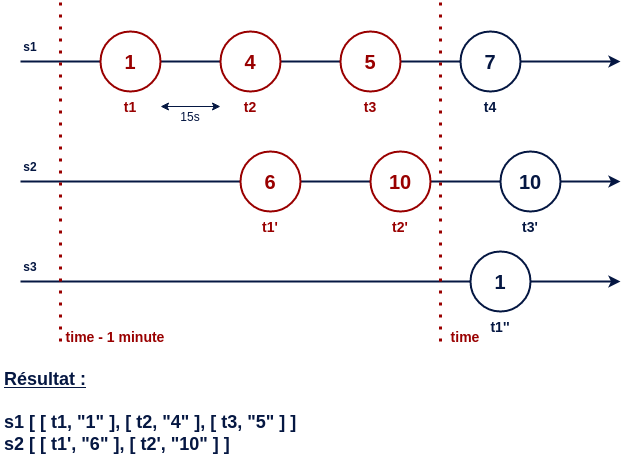
Earlier version of the draw.io export img/range_query.png (oliv37/prometheus-article). Source tidied: cells renumbered, new cells last; positions are measured from the earlier drawing's top-left corner, leaving out a move shared by most shapes. Its diagram source:
```xml
<mxGraphModel>
  <root>
    <mxCell id="0" />
    <mxCell id="1" parent="0" />
    <mxCell id="2" style="endArrow=classic;html=1;rounded=0;strokeColor=#051742;strokeWidth=2;" parent="1" edge="1">
      <mxGeometry relative="1" as="geometry">
        <mxPoint x="20" y="180" as="sourcePoint" />
        <mxPoint x="620" y="180" as="targetPoint" />
      </mxGeometry>
    </mxCell>
    <mxCell id="3" style="endArrow=classic;html=1;rounded=0;strokeColor=#051742;strokeWidth=2;" parent="1" edge="1">
      <mxGeometry relative="1" as="geometry">
        <mxPoint x="20" y="280" as="sourcePoint" />
        <mxPoint x="620" y="280" as="targetPoint" />
      </mxGeometry>
    </mxCell>
    <mxCell id="4" style="endArrow=classic;html=1;rounded=0;strokeColor=#051742;strokeWidth=2;" parent="1" edge="1">
      <mxGeometry relative="1" as="geometry">
        <mxPoint x="20" y="60" as="sourcePoint" />
        <mxPoint x="620" y="60" as="targetPoint" />
      </mxGeometry>
    </mxCell>
    <mxCell id="5" value="&lt;font style=&quot;font-size: 20px;&quot;&gt;&lt;b&gt;1&lt;/b&gt;&lt;/font&gt;" style="ellipse;whiteSpace=wrap;html=1;strokeColor=#990000;fillColor=#FFFFFF;fontColor=#990000;strokeWidth=2;" parent="1" vertex="1">
      <mxGeometry x="100" y="30" width="60" height="60" as="geometry" />
    </mxCell>
    <mxCell id="6" value="&lt;font style=&quot;font-size: 20px;&quot;&gt;&lt;b&gt;4&lt;/b&gt;&lt;/font&gt;" style="ellipse;whiteSpace=wrap;html=1;strokeColor=#990000;fillColor=#FFFFFF;fontColor=#990000;strokeWidth=2;" parent="1" vertex="1">
      <mxGeometry x="220" y="30" width="60" height="60" as="geometry" />
    </mxCell>
    <mxCell id="7" value="&lt;font style=&quot;font-size: 20px;&quot;&gt;&lt;span&gt;5&lt;/span&gt;&lt;/font&gt;" style="ellipse;whiteSpace=wrap;html=1;strokeColor=#990000;fillColor=#FFFFFF;fontColor=#990000;strokeWidth=2;fontStyle=1;" parent="1" vertex="1">
      <mxGeometry x="340" y="30" width="60" height="60" as="geometry" />
    </mxCell>
    <mxCell id="8" value="&lt;font style=&quot;font-size: 20px;&quot;&gt;7&lt;/font&gt;" style="ellipse;whiteSpace=wrap;html=1;strokeColor=#051742;fillColor=#FFFFFF;fontColor=#051742;strokeWidth=2;fontStyle=1;fontSize=14;" parent="1" vertex="1">
      <mxGeometry x="460" y="30" width="60" height="60" as="geometry" />
    </mxCell>
    <mxCell id="9" style="endArrow=none;dashed=1;html=1;dashPattern=1 3;strokeWidth=3;rounded=0;fontColor=#990000;strokeColor=#990000;" parent="1" edge="1">
      <mxGeometry relative="1" as="geometry">
        <mxPoint x="440" y="340" as="sourcePoint" />
        <mxPoint x="440" as="targetPoint" />
      </mxGeometry>
    </mxCell>
    <mxCell id="10" value="s1" style="text;strokeColor=none;align=center;fillColor=none;html=1;verticalAlign=middle;whiteSpace=wrap;rounded=0;fontColor=#051742;fontStyle=1;" parent="1" vertex="1">
      <mxGeometry y="30" width="60" height="30" as="geometry" />
    </mxCell>
    <mxCell id="11" value="time" style="text;strokeColor=none;align=center;fillColor=none;html=1;verticalAlign=middle;whiteSpace=wrap;rounded=0;fontStyle=1;fontColor=#990000;fontSize=14;" parent="1" vertex="1">
      <mxGeometry x="440" y="320" width="50" height="30" as="geometry" />
    </mxCell>
    <mxCell id="12" value="t1" style="text;strokeColor=none;align=center;fillColor=none;html=1;verticalAlign=middle;whiteSpace=wrap;rounded=0;fontColor=#990000;fontStyle=1;fontSize=14;" parent="1" vertex="1">
      <mxGeometry x="100" y="90" width="60" height="30" as="geometry" />
    </mxCell>
    <mxCell id="13" value="t2" style="text;strokeColor=none;align=center;fillColor=none;html=1;verticalAlign=middle;whiteSpace=wrap;rounded=0;fontColor=#990000;fontStyle=1;fontSize=14;" parent="1" vertex="1">
      <mxGeometry x="220" y="90" width="60" height="30" as="geometry" />
    </mxCell>
    <mxCell id="14" value="t4" style="text;strokeColor=none;align=center;fillColor=none;html=1;verticalAlign=middle;whiteSpace=wrap;rounded=0;fontColor=#051742;fontStyle=1;fontSize=14;" parent="1" vertex="1">
      <mxGeometry x="460" y="90" width="60" height="30" as="geometry" />
    </mxCell>
    <mxCell id="15" value="&lt;div&gt;t3&lt;/div&gt;" style="text;strokeColor=none;align=center;fillColor=none;html=1;verticalAlign=middle;whiteSpace=wrap;rounded=0;fontColor=#990000;fontStyle=1;fontSize=14;" parent="1" vertex="1">
      <mxGeometry x="340" y="90" width="60" height="30" as="geometry" />
    </mxCell>
    <mxCell id="16" value="s2" style="text;strokeColor=none;align=center;fillColor=none;html=1;verticalAlign=middle;whiteSpace=wrap;rounded=0;fontColor=#051742;fontStyle=1;" parent="1" vertex="1">
      <mxGeometry y="150" width="60" height="30" as="geometry" />
    </mxCell>
    <mxCell id="17" value="6" style="ellipse;whiteSpace=wrap;html=1;strokeColor=#990000;fillColor=#FFFFFF;fontColor=#990000;strokeWidth=2;fontSize=20;fontStyle=1;" parent="1" vertex="1">
      <mxGeometry x="240" y="150" width="60" height="60" as="geometry" />
    </mxCell>
    <mxCell id="18" value="10" style="ellipse;whiteSpace=wrap;html=1;strokeColor=#990000;fillColor=#FFFFFF;fontColor=#990000;strokeWidth=2;fontSize=20;fontStyle=1;" parent="1" vertex="1">
      <mxGeometry x="370" y="150" width="60" height="60" as="geometry" />
    </mxCell>
    <mxCell id="19" value="10" style="ellipse;whiteSpace=wrap;html=1;strokeColor=#051742;fillColor=#FFFFFF;fontColor=#051742;strokeWidth=2;fontSize=20;fontStyle=1;" parent="1" vertex="1">
      <mxGeometry x="500" y="150" width="60" height="60" as="geometry" />
    </mxCell>
    <mxCell id="20" value="1" style="ellipse;whiteSpace=wrap;html=1;strokeColor=#051742;fillColor=#FFFFFF;fontColor=#051742;strokeWidth=2;fontSize=20;fontStyle=1;" parent="1" vertex="1">
      <mxGeometry x="470" y="250" width="60" height="60" as="geometry" />
    </mxCell>
    <mxCell id="21" value="s3" style="text;strokeColor=none;align=center;fillColor=none;html=1;verticalAlign=middle;whiteSpace=wrap;rounded=0;fontColor=#051742;fontStyle=1;" parent="1" vertex="1">
      <mxGeometry y="250" width="60" height="30" as="geometry" />
    </mxCell>
    <mxCell id="22" value="t1'" style="text;strokeColor=none;align=center;fillColor=none;html=1;verticalAlign=middle;whiteSpace=wrap;rounded=0;fontColor=#990000;fontStyle=1;fontSize=14;" parent="1" vertex="1">
      <mxGeometry x="240" y="210" width="60" height="30" as="geometry" />
    </mxCell>
    <mxCell id="23" value="t1''" style="text;strokeColor=none;align=center;fillColor=none;html=1;verticalAlign=middle;whiteSpace=wrap;rounded=0;fontColor=#051742;fontStyle=1;fontSize=14;" parent="1" vertex="1">
      <mxGeometry x="470" y="310" width="60" height="30" as="geometry" />
    </mxCell>
    <mxCell id="24" value="t3'" style="text;strokeColor=none;align=center;fillColor=none;html=1;verticalAlign=middle;whiteSpace=wrap;rounded=0;fontColor=#051742;fontStyle=1;fontSize=14;" parent="1" vertex="1">
      <mxGeometry x="500" y="210" width="60" height="30" as="geometry" />
    </mxCell>
    <mxCell id="25" value="&lt;div&gt;t2'&lt;/div&gt;" style="text;strokeColor=none;align=center;fillColor=none;html=1;verticalAlign=middle;whiteSpace=wrap;rounded=0;fontColor=#990000;fontStyle=1;fontSize=14;" parent="1" vertex="1">
      <mxGeometry x="370" y="210" width="60" height="30" as="geometry" />
    </mxCell>
    <mxCell id="26" value="&lt;div style=&quot;font-size: 18px;&quot;&gt;&lt;b style=&quot;font-size: 18px;&quot;&gt;&lt;u style=&quot;font-size: 18px;&quot;&gt;Résultat :&lt;/u&gt;&lt;/b&gt;&lt;/div&gt;&lt;div style=&quot;font-size: 18px;&quot;&gt;&lt;b style=&quot;font-size: 18px;&quot;&gt;&lt;br style=&quot;font-size: 18px;&quot;&gt;&lt;/b&gt;&lt;/div&gt;&lt;div style=&quot;font-size: 18px;&quot;&gt;&lt;b style=&quot;font-size: 18px;&quot;&gt;s1 [ [ t1, &quot;1&quot; ], [&lt;/b&gt;&lt;b style=&quot;font-size: 18px;&quot;&gt;&lt;b style=&quot;font-size: 18px;&quot;&gt; t2, &quot;4&quot; &lt;/b&gt;], [ &lt;/b&gt;&lt;b style=&quot;font-size: 18px;&quot;&gt;&lt;b style=&quot;font-size: 18px;&quot;&gt;t3, &quot;5&quot;&lt;/b&gt; ] ]&lt;/b&gt;&lt;/div&gt;&lt;div style=&quot;font-size: 18px;&quot;&gt;&lt;b style=&quot;font-size: 18px;&quot;&gt;s2 [ [ t1', &quot;6&quot; ], [ &lt;/b&gt;&lt;b style=&quot;font-size: 18px;&quot;&gt;&lt;b style=&quot;font-size: 18px;&quot;&gt;t2', &quot;10&quot; &lt;/b&gt;] ]&lt;br style=&quot;font-size: 18px;&quot;&gt;&lt;/b&gt;&lt;/div&gt;" style="text;strokeColor=none;align=left;fillColor=none;html=1;verticalAlign=middle;whiteSpace=wrap;rounded=0;fontColor=#051742;fontSize=18;spacingTop=2;spacingLeft=2;spacingBottom=2;spacingRight=2;" parent="1" vertex="1">
      <mxGeometry y="370" width="330" height="80" as="geometry" />
    </mxCell>
    <mxCell id="27" style="endArrow=classic;startArrow=classic;html=1;rounded=0;strokeColor=#051742;" parent="1" edge="1" source="12" target="13">
      <mxGeometry relative="1" as="geometry" />
    </mxCell>
    <mxCell id="28" value="15s" style="text;strokeColor=none;align=center;fillColor=none;html=1;verticalAlign=middle;whiteSpace=wrap;rounded=0;fontColor=#051742;" parent="1" vertex="1">
      <mxGeometry x="160" y="100" width="60" height="30" as="geometry" />
    </mxCell>
    <mxCell id="29" style="endArrow=none;dashed=1;html=1;dashPattern=1 3;strokeWidth=3;rounded=0;fontColor=#990000;strokeColor=#990000;" parent="1" edge="1">
      <mxGeometry relative="1" as="geometry">
        <mxPoint x="60" y="340" as="sourcePoint" />
        <mxPoint x="60" as="targetPoint" />
      </mxGeometry>
    </mxCell>
    <mxCell id="30" value="time - 1 minute " style="text;strokeColor=none;align=center;fillColor=none;html=1;verticalAlign=middle;whiteSpace=wrap;rounded=0;fontStyle=1;fontColor=#990000;fontSize=14;" parent="1" vertex="1">
      <mxGeometry x="60" y="320" width="110" height="30" as="geometry" />
    </mxCell>
  </root>
</mxGraphModel>
```
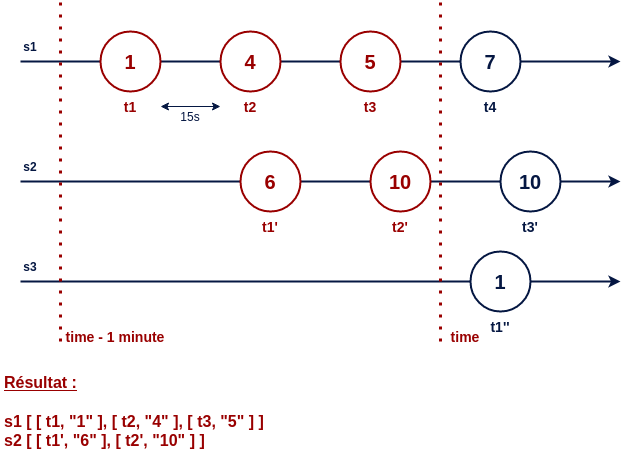
Later version of the same file.

What changed in the source:
```diff
@@ -86,7 +86,7 @@
     <mxCell id="25" value="&lt;div&gt;t2'&lt;/div&gt;" style="text;strokeColor=none;align=center;fillColor=none;html=1;verticalAlign=middle;whiteSpace=wrap;rounded=0;fontColor=#990000;fontStyle=1;fontSize=14;" parent="1" vertex="1">
       <mxGeometry x="370" y="210" width="60" height="30" as="geometry" />
     </mxCell>
-    <mxCell id="26" value="&lt;div style=&quot;font-size: 18px;&quot;&gt;&lt;b style=&quot;font-size: 18px;&quot;&gt;&lt;u style=&quot;font-size: 18px;&quot;&gt;Résultat :&lt;/u&gt;&lt;/b&gt;&lt;/div&gt;&lt;div style=&quot;font-size: 18px;&quot;&gt;&lt;b style=&quot;font-size: 18px;&quot;&gt;&lt;br style=&quot;font-size: 18px;&quot;&gt;&lt;/b&gt;&lt;/div&gt;&lt;div style=&quot;font-size: 18px;&quot;&gt;&lt;b style=&quot;font-size: 18px;&quot;&gt;s1 [ [ t1, &quot;1&quot; ], [&lt;/b&gt;&lt;b style=&quot;font-size: 18px;&quot;&gt;&lt;b style=&quot;font-size: 18px;&quot;&gt; t2, &quot;4&quot; &lt;/b&gt;], [ &lt;/b&gt;&lt;b style=&quot;font-size: 18px;&quot;&gt;&lt;b style=&quot;font-size: 18px;&quot;&gt;t3, &quot;5&quot;&lt;/b&gt; ] ]&lt;/b&gt;&lt;/div&gt;&lt;div style=&quot;font-size: 18px;&quot;&gt;&lt;b style=&quot;font-size: 18px;&quot;&gt;s2 [ [ t1', &quot;6&quot; ], [ &lt;/b&gt;&lt;b style=&quot;font-size: 18px;&quot;&gt;&lt;b style=&quot;font-size: 18px;&quot;&gt;t2', &quot;10&quot; &lt;/b&gt;] ]&lt;br style=&quot;font-size: 18px;&quot;&gt;&lt;/b&gt;&lt;/div&gt;" style="text;strokeColor=none;align=left;fillColor=none;html=1;verticalAlign=middle;whiteSpace=wrap;rounded=0;fontColor=#051742;fontSize=18;spacingTop=2;spacingLeft=2;spacingBottom=2;spacingRight=2;" parent="1" vertex="1">
+    <mxCell id="26" value="&lt;div style=&quot;font-size: 16px;&quot;&gt;&lt;font style=&quot;font-size: 16px;&quot; color=&quot;#990000&quot;&gt;&lt;b style=&quot;&quot;&gt;&lt;u style=&quot;&quot;&gt;Résultat :&lt;/u&gt;&lt;/b&gt;&lt;/font&gt;&lt;/div&gt;&lt;div style=&quot;font-size: 16px;&quot;&gt;&lt;font style=&quot;font-size: 16px;&quot; color=&quot;#990000&quot;&gt;&lt;b style=&quot;&quot;&gt;&lt;br style=&quot;&quot;&gt;&lt;/b&gt;&lt;/font&gt;&lt;/div&gt;&lt;div style=&quot;font-size: 16px;&quot;&gt;&lt;font style=&quot;font-size: 16px;&quot; color=&quot;#990000&quot;&gt;&lt;b style=&quot;&quot;&gt;s1 [ [ t1, &quot;1&quot; ], [&lt;/b&gt;&lt;b style=&quot;&quot;&gt;&lt;b style=&quot;&quot;&gt; t2, &quot;4&quot; &lt;/b&gt;], [ &lt;/b&gt;&lt;b style=&quot;&quot;&gt;&lt;b style=&quot;&quot;&gt;t3, &quot;5&quot;&lt;/b&gt; ] ]&lt;/b&gt;&lt;/font&gt;&lt;/div&gt;&lt;div style=&quot;font-size: 16px;&quot;&gt;&lt;font style=&quot;font-size: 16px;&quot; color=&quot;#990000&quot;&gt;&lt;b style=&quot;&quot;&gt;s2 [ [ t1', &quot;6&quot; ], [ &lt;/b&gt;&lt;b style=&quot;&quot;&gt;&lt;b style=&quot;&quot;&gt;t2', &quot;10&quot; &lt;/b&gt;] ]&lt;br style=&quot;&quot;&gt;&lt;/b&gt;&lt;/font&gt;&lt;/div&gt;" style="text;strokeColor=none;align=left;fillColor=none;html=1;verticalAlign=middle;whiteSpace=wrap;rounded=0;fontColor=#051742;fontSize=18;spacingTop=2;spacingLeft=2;spacingBottom=2;spacingRight=2;" parent="1" vertex="1">
       <mxGeometry y="370" width="330" height="80" as="geometry" />
     </mxCell>
     <mxCell id="27" style="endArrow=classic;startArrow=classic;html=1;rounded=0;strokeColor=#051742;" parent="1" edge="1" source="12" target="13">
```
